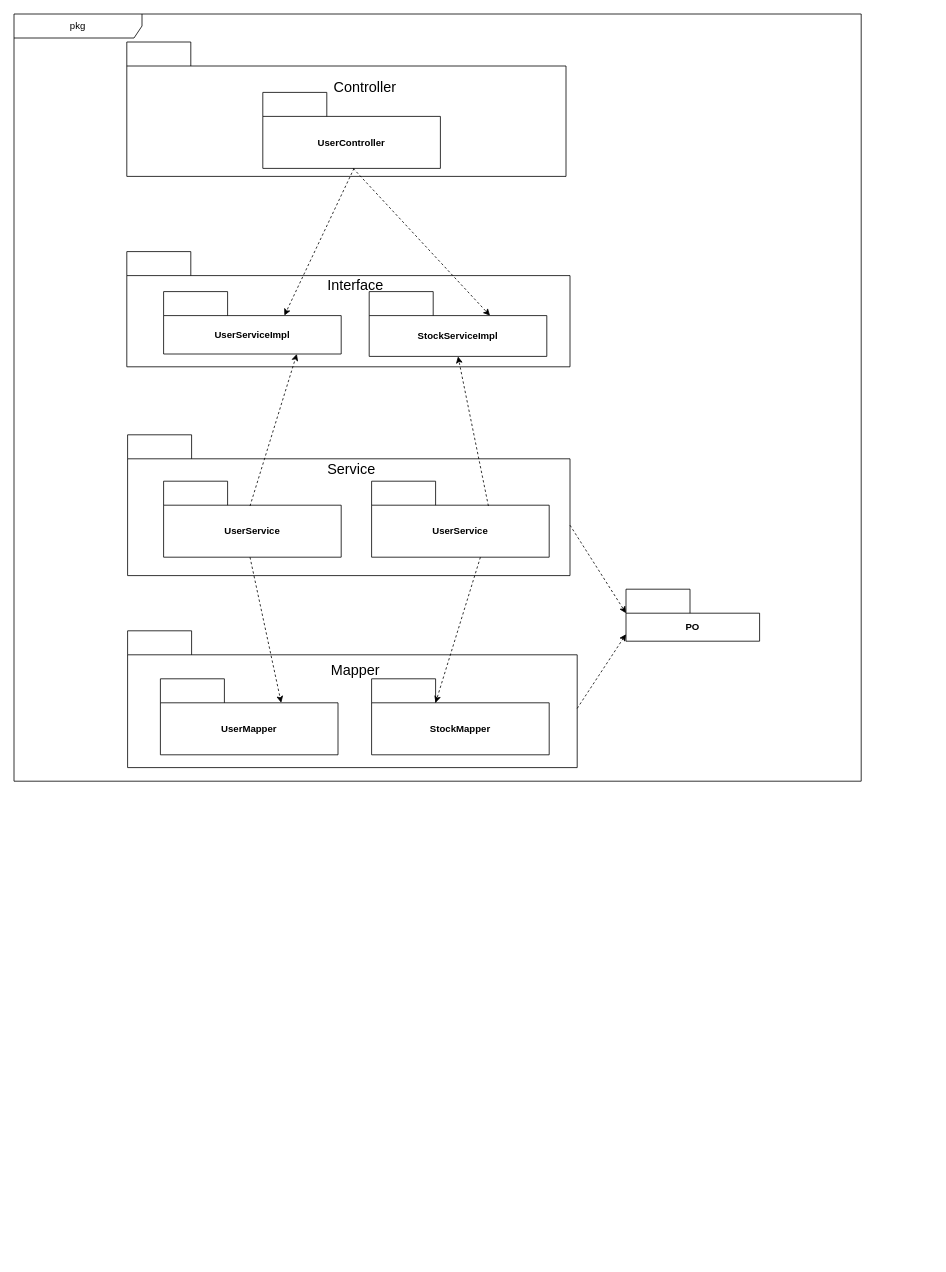
The draw.io diagram web/未命名绘图.drawio in Alemdx/pic-bed, before the edit. Source tidied: cells renumbered, new cells numbered last; positions are measured from the earlier drawing's top-left corner, leaving out a move shared by most shapes. Both pictures are drawn from the tidied source at 80%, with x=0, y=0 at pixel (14, 14).
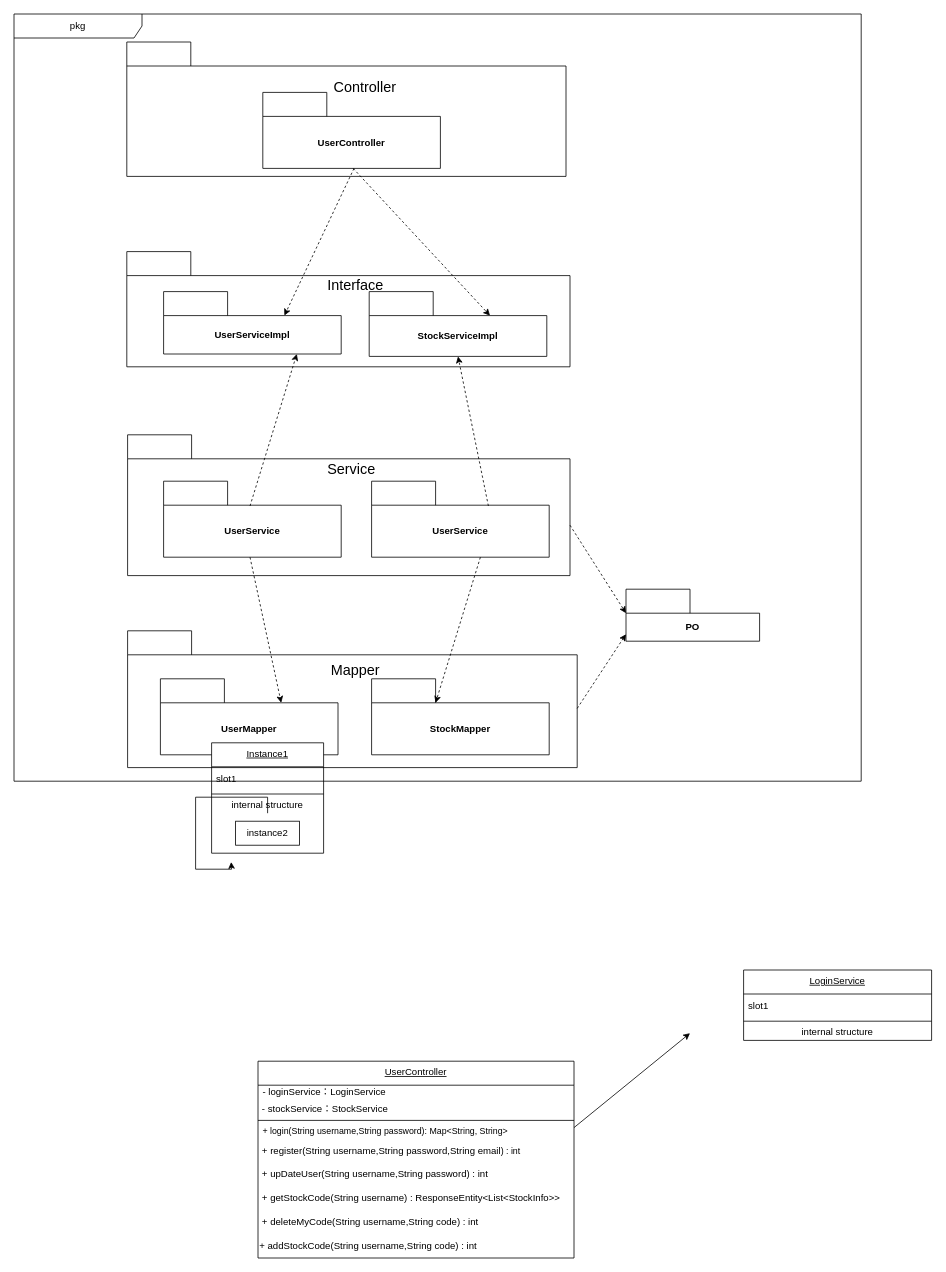
The same page after the edit.

Commit message:
更新未命名绘图.drawio

The edit, as a diff of the source:
```diff
@@
+    <mxCell id="27" value="Instance1" style="swimlane;fontStyle=4;align=center;verticalAlign=top;horizontal=1;startSize=30;html=1;whiteSpace=wrap;" parent="1" vertex="1">
+      <mxGeometry x="247" y="911" width="140" height="138" as="geometry" />
+    </mxCell>
+    <mxCell id="28" value="slot1" style="html=1;strokeColor=none;fillColor=none;align=left;verticalAlign=middle;spacingLeft=4;spacingRight=4;whiteSpace=wrap;" parent="27" vertex="1">
+      <mxGeometry y="30" width="140" height="30" as="geometry" />
+    </mxCell>
+    <mxCell id="29" style="line;strokeWidth=1;fillColor=none;align=left;verticalAlign=middle;spacingTop=-1;spacingLeft=3;spacingRight=3;labelPosition=right;" parent="27" vertex="1">
+      <mxGeometry y="60" width="140" height="8" as="geometry" />
+    </mxCell>
+    <mxCell id="30" value="internal structure" style="html=1;strokeColor=none;fillColor=none;align=center;verticalAlign=middle;spacingLeft=4;spacingRight=4;whiteSpace=wrap;" parent="27" vertex="1">
+      <mxGeometry y="68" width="140" height="20" as="geometry" />
+    </mxCell>
+    <mxCell id="31" style="edgeStyle=orthogonalEdgeStyle;rounded=0;jettySize=auto;html=1;exitX=0.5;exitY=0;exitDx=0;exitDy=0;" parent="27" edge="1" source="32">
+      <mxGeometry relative="1" as="geometry">
+        <mxPoint x="24.5" y="149" as="targetPoint" />
+      </mxGeometry>
+    </mxCell>
+    <mxCell id="32" style="swimlane;fontStyle=1;align=center;verticalAlign=top;horizontal=1;startSize=0;html=1;strokeColor=none;fillColor=none;whiteSpace=wrap;" parent="27" vertex="1">
+      <mxGeometry y="88" width="140" height="50" as="geometry" />
+    </mxCell>
+    <mxCell id="33" value="instance2" style="html=1;align=center;verticalAlign=middle;whiteSpace=wrap;" parent="32" vertex="1">
+      <mxGeometry width="80" height="30" relative="1" as="geometry">
+        <mxPoint x="30" y="10" as="offset" />
+      </mxGeometry>
+    </mxCell>
+    <mxCell id="34" value="UserController" style="swimlane;fontStyle=4;align=center;verticalAlign=top;horizontal=1;startSize=30;html=1;whiteSpace=wrap;" parent="1" vertex="1">
+      <mxGeometry x="305" y="1309" width="395" height="246" as="geometry" />
+    </mxCell>
+    <mxCell id="35" value="-&amp;nbsp;loginService：LoginService" style="html=1;strokeColor=none;fillColor=none;align=left;verticalAlign=middle;spacingLeft=4;spacingRight=4;whiteSpace=wrap;" parent="34" vertex="1">
+      <mxGeometry y="30" width="395" height="17" as="geometry" />
+    </mxCell>
+    <mxCell id="36" value="&amp;nbsp;-&amp;nbsp;stockService：StockService" style="text;html=1;strokeColor=none;fillColor=none;align=left;verticalAlign=middle;whiteSpace=wrap;rounded=0;" parent="34" vertex="1">
+      <mxGeometry y="47" width="395" height="25" as="geometry" />
+    </mxCell>
+    <mxCell id="37" style="line;strokeWidth=1;fillColor=none;align=left;verticalAlign=middle;spacingTop=-1;spacingLeft=3;spacingRight=3;labelPosition=right;" parent="34" vertex="1">
+      <mxGeometry y="72" width="395" height="4" as="geometry" />
+    </mxCell>
+    <mxCell id="38" value="&lt;font style=&quot;font-size: 11px;&quot;&gt;+ login(String username,String password&lt;span style=&quot;background-color: initial; font-size: 11px;&quot;&gt;): Map&amp;lt;String, String&amp;gt;&lt;/span&gt;&lt;/font&gt;" style="html=1;strokeColor=none;fillColor=none;align=left;verticalAlign=middle;spacingLeft=4;spacingRight=4;whiteSpace=wrap;" parent="34" vertex="1">
+      <mxGeometry y="76" width="395" height="24" as="geometry" />
+    </mxCell>
+    <mxCell id="39" value="&amp;nbsp;+ register(String username,String password,String email&lt;span style=&quot;border-color: var(--border-color); font-size: 11px; background-color: initial;&quot;&gt;) : int&lt;/span&gt;" style="text;html=1;strokeColor=none;fillColor=none;align=left;verticalAlign=middle;whiteSpace=wrap;rounded=0;" parent="34" vertex="1">
+      <mxGeometry y="100" width="395" height="26" as="geometry" />
+    </mxCell>
+    <mxCell id="40" value="&amp;nbsp;+ upDateUser(String username,String password) : int" style="text;html=1;strokeColor=none;fillColor=none;align=left;verticalAlign=middle;whiteSpace=wrap;rounded=0;" parent="34" vertex="1">
+      <mxGeometry y="126" width="395" height="30" as="geometry" />
+    </mxCell>
+    <mxCell id="41" value="&amp;nbsp;+ getStockCode(String username) :&amp;nbsp;ResponseEntity&amp;lt;List&amp;lt;StockInfo&amp;gt;&amp;gt;&amp;nbsp;" style="text;html=1;strokeColor=none;fillColor=none;align=left;verticalAlign=middle;whiteSpace=wrap;rounded=0;" parent="34" vertex="1">
+      <mxGeometry y="156" width="395" height="30" as="geometry" />
+    </mxCell>
+    <mxCell id="42" value="&amp;nbsp;+ deleteMyCode(String username,String code) : int&amp;nbsp;" style="text;html=1;strokeColor=none;fillColor=none;align=left;verticalAlign=middle;whiteSpace=wrap;rounded=0;" parent="34" vertex="1">
+      <mxGeometry y="186" width="395" height="30" as="geometry" />
+    </mxCell>
+    <mxCell id="43" value="+ addStockCode(String username,String code) : int&amp;nbsp;" style="text;html=1;strokeColor=none;fillColor=none;align=left;verticalAlign=middle;whiteSpace=wrap;rounded=0;" parent="34" vertex="1">
+      <mxGeometry y="216" width="395" height="30" as="geometry" />
+    </mxCell>
+    <mxCell id="44" style="endArrow=classic;html=1;rounded=0;" parent="1" edge="1">
+      <mxGeometry relative="1" as="geometry">
+        <mxPoint x="700" y="1392" as="sourcePoint" />
+        <mxPoint x="845" y="1274" as="targetPoint" />
+      </mxGeometry>
+    </mxCell>
+    <mxCell id="45" value="LoginService" style="swimlane;fontStyle=4;align=center;verticalAlign=top;horizontal=1;startSize=30;html=1;whiteSpace=wrap;rotation=0;" parent="1" vertex="1">
+      <mxGeometry x="912" y="1195" width="235" height="88" as="geometry" />
+    </mxCell>
+    <mxCell id="46" value="slot1" style="html=1;strokeColor=none;fillColor=none;align=left;verticalAlign=middle;spacingLeft=4;spacingRight=4;whiteSpace=wrap;rotation=0;" parent="45" vertex="1">
+      <mxGeometry y="30" width="235" height="30" as="geometry" />
+    </mxCell>
+    <mxCell id="47" style="line;strokeWidth=1;fillColor=none;align=left;verticalAlign=middle;spacingTop=-1;spacingLeft=3;spacingRight=3;labelPosition=right;rotation=0;" parent="45" vertex="1">
+      <mxGeometry y="60" width="235" height="8" as="geometry" />
+    </mxCell>
+    <mxCell id="48" value="internal structure" style="html=1;strokeColor=none;fillColor=none;align=center;verticalAlign=middle;spacingLeft=4;spacingRight=4;whiteSpace=wrap;rotation=0;" parent="45" vertex="1">
+      <mxGeometry y="68" width="235" height="20" as="geometry" />
+    </mxCell>
```
